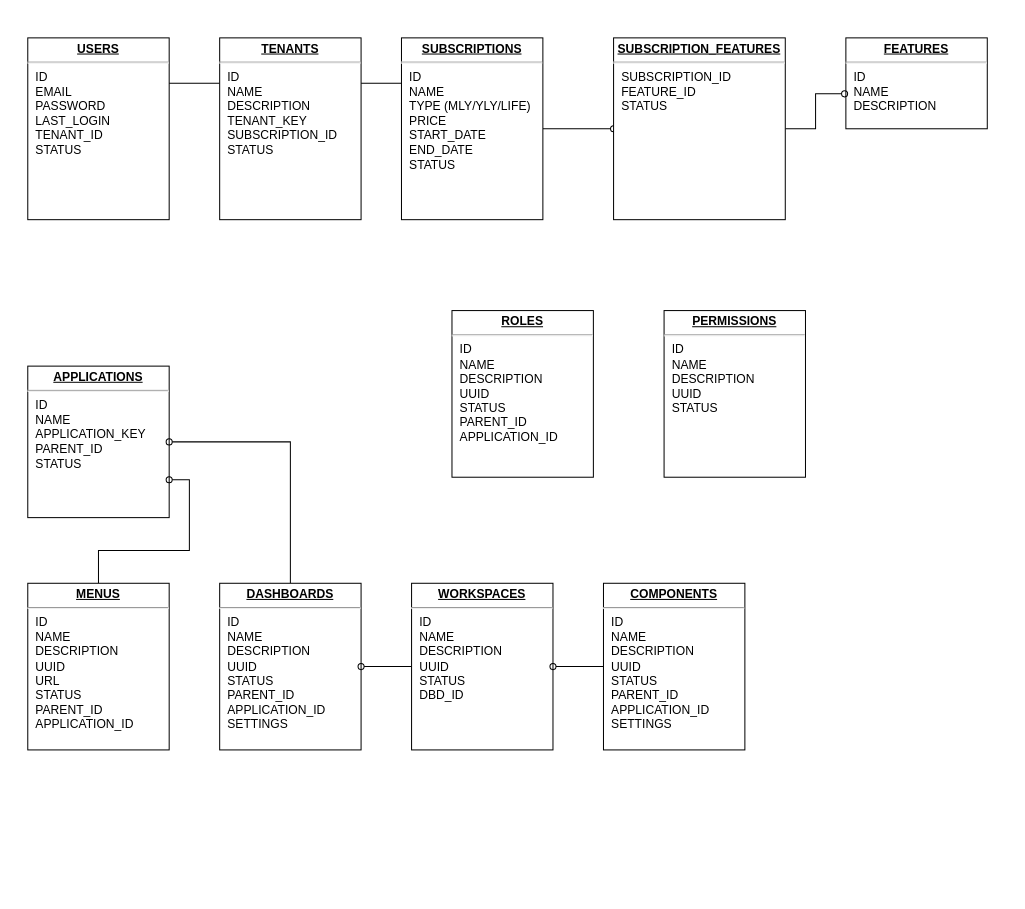
This is Untitled Diagram.drawio from thegoutamdey/fibosol, a draw.io file, before an edit. Source tidied: cells renumbered, new cells numbered last; positions are measured from the earlier drawing's top-left corner, leaving out a move shared by most shapes. Both pictures are drawn from the tidied source at 101%, with x=0, y=0 at pixel (27, 37).
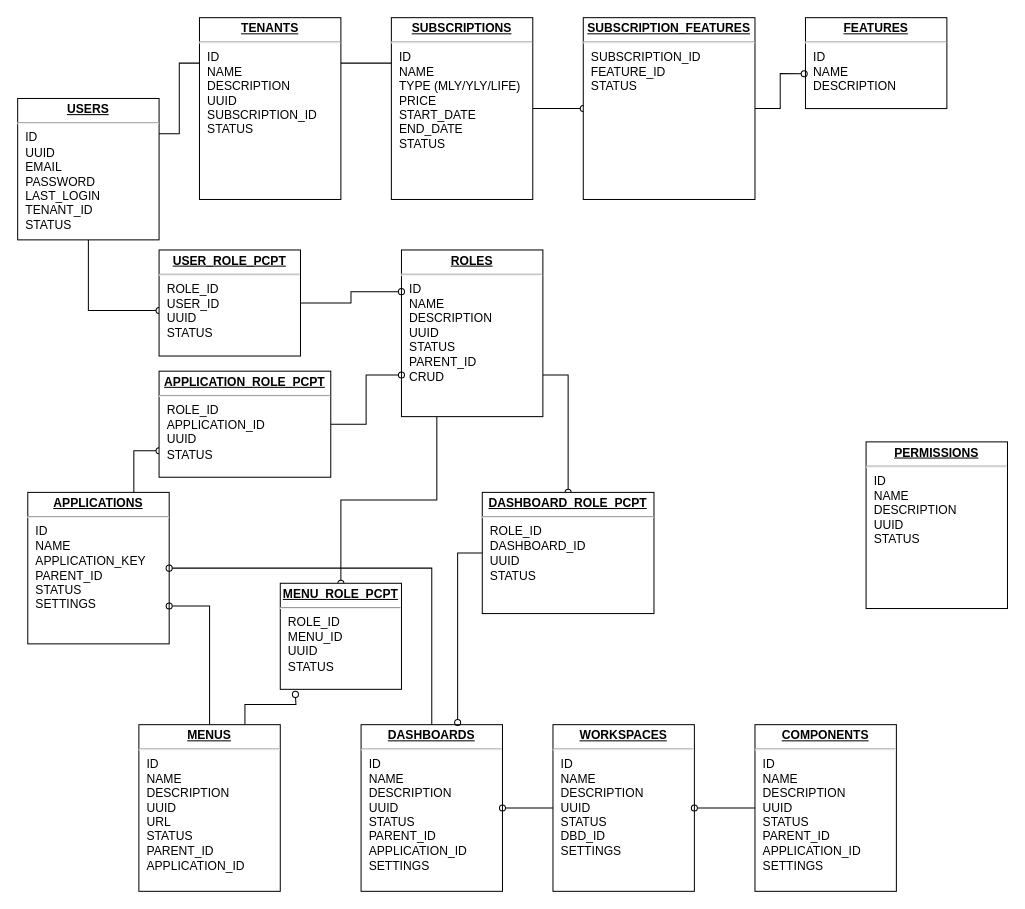
After the change.

Change to the diagram source:
```diff
@@
+    <mxCell id="22" style="edgeStyle=orthogonalEdgeStyle;rounded=0;jettySize=auto;html=1;exitX=0.5;exitY=1;exitDx=0;exitDy=0;entryX=0;entryY=0.571;entryDx=0;entryDy=0;entryPerimeter=0;endArrow=oval;endFill=0;" parent="1" edge="1" source="2" target="33">
+      <mxGeometry relative="1" as="geometry" />
+    </mxCell>
-    <mxCell id="2" value="&lt;p style=&quot;margin: 0px ; margin-top: 4px ; text-align: center ; text-decoration: underline&quot;&gt;&lt;b&gt;USERS&lt;/b&gt;&lt;/p&gt;&lt;hr&gt;&lt;p style=&quot;margin: 0px ; margin-left: 8px&quot;&gt;ID&lt;/p&gt;&lt;p style=&quot;margin: 0px ; margin-left: 8px&quot;&gt;EMAIL&lt;/p&gt;&lt;p style=&quot;margin: 0px ; margin-left: 8px&quot;&gt;PASSWORD&lt;/p&gt;&lt;p style=&quot;margin: 0px ; margin-left: 8px&quot;&gt;LAST_LOGIN&lt;/p&gt;&lt;p style=&quot;margin: 0px ; margin-left: 8px&quot;&gt;TENANT_ID&lt;/p&gt;&lt;p style=&quot;margin: 0px ; margin-left: 8px&quot;&gt;STATUS&lt;/p&gt;&lt;p style=&quot;margin: 0px ; margin-left: 8px&quot;&gt;&lt;br&gt;&lt;/p&gt;" style="verticalAlign=top;align=left;overflow=fill;fontSize=12;fontFamily=Helvetica;html=1;rounded=0;shadow=0;comic=0;labelBackgroundColor=none;strokeWidth=1;" parent="1" vertex="1">
-      <mxGeometry width="140" height="180" as="geometry" />
+    <mxCell id="2" value="&lt;p style=&quot;margin: 0px ; margin-top: 4px ; text-align: center ; text-decoration: underline&quot;&gt;&lt;b&gt;USERS&lt;/b&gt;&lt;/p&gt;&lt;hr&gt;&lt;p style=&quot;margin: 0px ; margin-left: 8px&quot;&gt;ID&lt;/p&gt;&lt;p style=&quot;margin: 0px ; margin-left: 8px&quot;&gt;UUID&lt;/p&gt;&lt;p style=&quot;margin: 0px ; margin-left: 8px&quot;&gt;EMAIL&lt;/p&gt;&lt;p style=&quot;margin: 0px ; margin-left: 8px&quot;&gt;PASSWORD&lt;/p&gt;&lt;p style=&quot;margin: 0px ; margin-left: 8px&quot;&gt;LAST_LOGIN&lt;/p&gt;&lt;p style=&quot;margin: 0px ; margin-left: 8px&quot;&gt;TENANT_ID&lt;/p&gt;&lt;p style=&quot;margin: 0px ; margin-left: 8px&quot;&gt;STATUS&lt;/p&gt;&lt;p style=&quot;margin: 0px ; margin-left: 8px&quot;&gt;&lt;br&gt;&lt;/p&gt;" style="verticalAlign=top;align=left;overflow=fill;fontSize=12;fontFamily=Helvetica;html=1;rounded=0;shadow=0;comic=0;labelBackgroundColor=none;strokeWidth=1;" parent="1" vertex="1">
+      <mxGeometry x="-10" y="60" width="140" height="140" as="geometry" />
     </mxCell>
+    <mxCell id="23" style="edgeStyle=orthogonalEdgeStyle;rounded=0;jettySize=auto;html=1;exitX=0.75;exitY=0;exitDx=0;exitDy=0;entryX=0;entryY=0.75;entryDx=0;entryDy=0;endArrow=oval;endFill=0;" parent="1" edge="1" source="3" target="31">
+      <mxGeometry relative="1" as="geometry" />
+    </mxCell>
-    <mxCell id="3" value="&lt;p style=&quot;margin: 0px ; margin-top: 4px ; text-align: center ; text-decoration: underline&quot;&gt;&lt;b&gt;APPLICATIONS&lt;/b&gt;&lt;/p&gt;&lt;hr&gt;&lt;p style=&quot;margin: 0px ; margin-left: 8px&quot;&gt;ID&lt;/p&gt;&lt;p style=&quot;margin: 0px ; margin-left: 8px&quot;&gt;NAME&lt;/p&gt;&lt;p style=&quot;margin: 0px ; margin-left: 8px&quot;&gt;APPLICATION_KEY&lt;/p&gt;&lt;p style=&quot;margin: 0px ; margin-left: 8px&quot;&gt;PARENT_ID&lt;br&gt;&lt;/p&gt;&lt;p style=&quot;margin: 0px ; margin-left: 8px&quot;&gt;STATUS&lt;/p&gt;&lt;p style=&quot;margin: 0px ; margin-left: 8px&quot;&gt;&lt;br&gt;&lt;/p&gt;" style="verticalAlign=top;align=left;overflow=fill;fontSize=12;fontFamily=Helvetica;html=1;rounded=0;shadow=0;comic=0;labelBackgroundColor=none;strokeWidth=1;" parent="1" vertex="1">
-      <mxGeometry y="325" width="140" height="150" as="geometry" />
+    <mxCell id="3" value="&lt;p style=&quot;margin: 0px ; margin-top: 4px ; text-align: center ; text-decoration: underline&quot;&gt;&lt;b&gt;APPLICATIONS&lt;/b&gt;&lt;/p&gt;&lt;hr&gt;&lt;p style=&quot;margin: 0px ; margin-left: 8px&quot;&gt;ID&lt;/p&gt;&lt;p style=&quot;margin: 0px ; margin-left: 8px&quot;&gt;NAME&lt;/p&gt;&lt;p style=&quot;margin: 0px ; margin-left: 8px&quot;&gt;APPLICATION_KEY&lt;/p&gt;&lt;p style=&quot;margin: 0px ; margin-left: 8px&quot;&gt;PARENT_ID&lt;br&gt;&lt;/p&gt;&lt;p style=&quot;margin: 0px ; margin-left: 8px&quot;&gt;STATUS&lt;/p&gt;&lt;p style=&quot;margin: 0px ; margin-left: 8px&quot;&gt;SETTINGS&lt;/p&gt;&lt;p style=&quot;margin: 0px ; margin-left: 8px&quot;&gt;&lt;br&gt;&lt;/p&gt;" style="verticalAlign=top;align=left;overflow=fill;fontSize=12;fontFamily=Helvetica;html=1;rounded=0;shadow=0;comic=0;labelBackgroundColor=none;strokeWidth=1;" parent="1" vertex="1">
+      <mxGeometry y="450" width="140" height="150" as="geometry" />
     </mxCell>
@@
-    <mxCell id="6" value="&lt;p style=&quot;margin: 0px ; margin-top: 4px ; text-align: center ; text-decoration: underline&quot;&gt;&lt;b&gt;TENANTS&lt;/b&gt;&lt;/p&gt;&lt;hr&gt;&lt;p style=&quot;margin: 0px ; margin-left: 8px&quot;&gt;ID&lt;br&gt;NAME&lt;/p&gt;&lt;p style=&quot;margin: 0px ; margin-left: 8px&quot;&gt;DESCRIPTION&lt;/p&gt;&lt;p style=&quot;margin: 0px ; margin-left: 8px&quot;&gt;TENANT_KEY&lt;/p&gt;&lt;p style=&quot;margin: 0px ; margin-left: 8px&quot;&gt;SUBSCRIPTION_ID&lt;/p&gt;&lt;p style=&quot;margin: 0px ; margin-left: 8px&quot;&gt;STATUS&lt;/p&gt;" style="verticalAlign=top;align=left;overflow=fill;fontSize=12;fontFamily=Helvetica;html=1;rounded=0;shadow=0;comic=0;labelBackgroundColor=none;strokeWidth=1;" parent="1" vertex="1">
-      <mxGeometry x="190" width="140" height="180" as="geometry" />
+    <mxCell id="6" value="&lt;p style=&quot;margin: 0px ; margin-top: 4px ; text-align: center ; text-decoration: underline&quot;&gt;&lt;b&gt;TENANTS&lt;/b&gt;&lt;/p&gt;&lt;hr&gt;&lt;p style=&quot;margin: 0px ; margin-left: 8px&quot;&gt;ID&lt;br&gt;NAME&lt;/p&gt;&lt;p style=&quot;margin: 0px ; margin-left: 8px&quot;&gt;DESCRIPTION&lt;/p&gt;&lt;p style=&quot;margin: 0px ; margin-left: 8px&quot;&gt;UUID&lt;/p&gt;&lt;p style=&quot;margin: 0px ; margin-left: 8px&quot;&gt;SUBSCRIPTION_ID&lt;/p&gt;&lt;p style=&quot;margin: 0px ; margin-left: 8px&quot;&gt;STATUS&lt;/p&gt;" style="verticalAlign=top;align=left;overflow=fill;fontSize=12;fontFamily=Helvetica;html=1;rounded=0;shadow=0;comic=0;labelBackgroundColor=none;strokeWidth=1;" parent="1" vertex="1">
+      <mxGeometry x="170" y="-20" width="140" height="180" as="geometry" />
     </mxCell>
@@
     <mxCell id="8" value="&lt;p style=&quot;margin: 0px ; margin-top: 4px ; text-align: center ; text-decoration: underline&quot;&gt;&lt;b&gt;SUBSCRIPTIONS&lt;/b&gt;&lt;/p&gt;&lt;hr&gt;&lt;p style=&quot;margin: 0px ; margin-left: 8px&quot;&gt;ID&lt;/p&gt;&lt;p style=&quot;margin: 0px ; margin-left: 8px&quot;&gt;NAME&lt;/p&gt;&lt;p style=&quot;margin: 0px ; margin-left: 8px&quot;&gt;TYPE (MLY/YLY/LIFE)&lt;/p&gt;&lt;p style=&quot;margin: 0px ; margin-left: 8px&quot;&gt;PRICE&lt;/p&gt;&lt;p style=&quot;margin: 0px ; margin-left: 8px&quot;&gt;START_DATE&lt;/p&gt;&lt;p style=&quot;margin: 0px ; margin-left: 8px&quot;&gt;END_DATE&lt;br&gt;STATUS&lt;/p&gt;&lt;p style=&quot;margin: 0px ; margin-left: 8px&quot;&gt;&lt;br&gt;&lt;/p&gt;&lt;p style=&quot;margin: 0px ; margin-left: 8px&quot;&gt;&lt;br&gt;&lt;/p&gt;" style="verticalAlign=top;align=left;overflow=fill;fontSize=12;fontFamily=Helvetica;html=1;rounded=0;shadow=0;comic=0;labelBackgroundColor=none;strokeWidth=1;" parent="1" vertex="1">
-      <mxGeometry x="370" width="140" height="180" as="geometry" />
+      <mxGeometry x="360" y="-20" width="140" height="180" as="geometry" />
     </mxCell>
     <mxCell id="9" value="&lt;p style=&quot;margin: 0px ; margin-top: 4px ; text-align: center ; text-decoration: underline&quot;&gt;&lt;b&gt;FEATURES&lt;/b&gt;&lt;/p&gt;&lt;hr&gt;&lt;p style=&quot;margin: 0px ; margin-left: 8px&quot;&gt;ID&lt;/p&gt;&lt;p style=&quot;margin: 0px ; margin-left: 8px&quot;&gt;NAME&lt;/p&gt;&lt;p style=&quot;margin: 0px ; margin-left: 8px&quot;&gt;DESCRIPTION&lt;/p&gt;&lt;p style=&quot;margin: 0px ; margin-left: 8px&quot;&gt;&lt;br&gt;&lt;/p&gt;" style="verticalAlign=top;align=left;overflow=fill;fontSize=12;fontFamily=Helvetica;html=1;rounded=0;shadow=0;comic=0;labelBackgroundColor=none;strokeWidth=1;" parent="1" vertex="1">
-      <mxGeometry x="810" width="140" height="90" as="geometry" />
+      <mxGeometry x="770" y="-20" width="140" height="90" as="geometry" />
     </mxCell>
@@
     <mxCell id="11" value="&lt;p style=&quot;margin: 0px ; margin-top: 4px ; text-align: center ; text-decoration: underline&quot;&gt;&lt;b&gt;SUBSCRIPTION_FEATURES&lt;/b&gt;&lt;/p&gt;&lt;hr&gt;&lt;p style=&quot;margin: 0px ; margin-left: 8px&quot;&gt;SUBSCRIPTION_ID&lt;br&gt;FEATURE_ID&lt;br&gt;&lt;/p&gt;&lt;p style=&quot;margin: 0px ; margin-left: 8px&quot;&gt;STATUS&lt;/p&gt;" style="verticalAlign=top;align=left;overflow=fill;fontSize=12;fontFamily=Helvetica;html=1;rounded=0;shadow=0;comic=0;labelBackgroundColor=none;strokeWidth=1;" parent="1" vertex="1">
-      <mxGeometry x="580" width="170" height="180" as="geometry" />
+      <mxGeometry x="550" y="-20" width="170" height="180" as="geometry" />
     </mxCell>
@@
+    <mxCell id="24" style="edgeStyle=orthogonalEdgeStyle;rounded=0;jettySize=auto;html=1;exitX=0.75;exitY=0;exitDx=0;exitDy=0;endArrow=oval;endFill=0;" parent="1" edge="1" source="13">
+      <mxGeometry relative="1" as="geometry">
+        <mxPoint x="265" y="650" as="targetPoint" />
+      </mxGeometry>
+    </mxCell>
     <mxCell id="13" value="&lt;p style=&quot;margin: 0px ; margin-top: 4px ; text-align: center ; text-decoration: underline&quot;&gt;&lt;b&gt;MENUS&lt;/b&gt;&lt;/p&gt;&lt;hr&gt;&lt;p style=&quot;margin: 0px ; margin-left: 8px&quot;&gt;ID&lt;/p&gt;&lt;p style=&quot;margin: 0px ; margin-left: 8px&quot;&gt;NAME&lt;/p&gt;&lt;p style=&quot;margin: 0px ; margin-left: 8px&quot;&gt;DESCRIPTION&lt;/p&gt;&lt;p style=&quot;margin: 0px ; margin-left: 8px&quot;&gt;UUID&lt;/p&gt;&lt;p style=&quot;margin: 0px ; margin-left: 8px&quot;&gt;URL&lt;/p&gt;&lt;p style=&quot;margin: 0px ; margin-left: 8px&quot;&gt;STATUS&lt;/p&gt;&lt;p style=&quot;margin: 0px ; margin-left: 8px&quot;&gt;PARENT_ID&lt;/p&gt;&lt;p style=&quot;margin: 0px ; margin-left: 8px&quot;&gt;APPLICATION_ID&lt;/p&gt;&lt;p style=&quot;margin: 0px ; margin-left: 8px&quot;&gt;&lt;br&gt;&lt;/p&gt;" style="verticalAlign=top;align=left;overflow=fill;fontSize=12;fontFamily=Helvetica;html=1;rounded=0;shadow=0;comic=0;labelBackgroundColor=none;strokeWidth=1;" parent="1" vertex="1">
-      <mxGeometry y="540" width="140" height="165" as="geometry" />
+      <mxGeometry x="110" y="680" width="140" height="165" as="geometry" />
     </mxCell>
@@
     <mxCell id="15" value="&lt;p style=&quot;margin: 0px ; margin-top: 4px ; text-align: center ; text-decoration: underline&quot;&gt;&lt;b&gt;DASHBOARDS&lt;/b&gt;&lt;/p&gt;&lt;hr&gt;&lt;p style=&quot;margin: 0px ; margin-left: 8px&quot;&gt;ID&lt;/p&gt;&lt;p style=&quot;margin: 0px ; margin-left: 8px&quot;&gt;NAME&lt;/p&gt;&lt;p style=&quot;margin: 0px ; margin-left: 8px&quot;&gt;DESCRIPTION&lt;/p&gt;&lt;p style=&quot;margin: 0px ; margin-left: 8px&quot;&gt;&lt;span&gt;UUID&lt;/span&gt;&lt;/p&gt;&lt;p style=&quot;margin: 0px ; margin-left: 8px&quot;&gt;&lt;span&gt;STATUS&lt;/span&gt;&lt;br&gt;&lt;/p&gt;&lt;p style=&quot;margin: 0px ; margin-left: 8px&quot;&gt;PARENT_ID&lt;/p&gt;&lt;p style=&quot;margin: 0px ; margin-left: 8px&quot;&gt;APPLICATION_ID&lt;/p&gt;&lt;p style=&quot;margin: 0px ; margin-left: 8px&quot;&gt;SETTINGS&lt;/p&gt;&lt;p style=&quot;margin: 0px ; margin-left: 8px&quot;&gt;&lt;br&gt;&lt;/p&gt;" style="verticalAlign=top;align=left;overflow=fill;fontSize=12;fontFamily=Helvetica;html=1;rounded=0;shadow=0;comic=0;labelBackgroundColor=none;strokeWidth=1;" parent="1" vertex="1">
-      <mxGeometry x="190" y="540" width="140" height="165" as="geometry" />
+      <mxGeometry x="330" y="680" width="140" height="165" as="geometry" />
     </mxCell>
@@
-    <mxCell id="17" value="&lt;p style=&quot;margin: 0px ; margin-top: 4px ; text-align: center ; text-decoration: underline&quot;&gt;&lt;b&gt;WORKSPACES&lt;/b&gt;&lt;/p&gt;&lt;hr&gt;&lt;p style=&quot;margin: 0px ; margin-left: 8px&quot;&gt;ID&lt;/p&gt;&lt;p style=&quot;margin: 0px ; margin-left: 8px&quot;&gt;NAME&lt;/p&gt;&lt;p style=&quot;margin: 0px ; margin-left: 8px&quot;&gt;DESCRIPTION&lt;/p&gt;&lt;p style=&quot;margin: 0px ; margin-left: 8px&quot;&gt;UUID&lt;/p&gt;&lt;p style=&quot;margin: 0px ; margin-left: 8px&quot;&gt;STATUS&lt;/p&gt;&lt;p style=&quot;margin: 0px ; margin-left: 8px&quot;&gt;DBD_ID&lt;/p&gt;&lt;p style=&quot;margin: 0px ; margin-left: 8px&quot;&gt;&lt;br&gt;&lt;/p&gt;&lt;p style=&quot;margin: 0px ; margin-left: 8px&quot;&gt;&lt;br&gt;&lt;/p&gt;" style="verticalAlign=top;align=left;overflow=fill;fontSize=12;fontFamily=Helvetica;html=1;rounded=0;shadow=0;comic=0;labelBackgroundColor=none;strokeWidth=1;" parent="1" vertex="1">
-      <mxGeometry x="380" y="540" width="140" height="165" as="geometry" />
+    <mxCell id="17" value="&lt;p style=&quot;margin: 0px ; margin-top: 4px ; text-align: center ; text-decoration: underline&quot;&gt;&lt;b&gt;WORKSPACES&lt;/b&gt;&lt;/p&gt;&lt;hr&gt;&lt;p style=&quot;margin: 0px ; margin-left: 8px&quot;&gt;ID&lt;/p&gt;&lt;p style=&quot;margin: 0px ; margin-left: 8px&quot;&gt;NAME&lt;/p&gt;&lt;p style=&quot;margin: 0px ; margin-left: 8px&quot;&gt;DESCRIPTION&lt;/p&gt;&lt;p style=&quot;margin: 0px ; margin-left: 8px&quot;&gt;UUID&lt;/p&gt;&lt;p style=&quot;margin: 0px ; margin-left: 8px&quot;&gt;STATUS&lt;/p&gt;&lt;p style=&quot;margin: 0px ; margin-left: 8px&quot;&gt;DBD_ID&lt;/p&gt;&lt;p style=&quot;margin: 0px ; margin-left: 8px&quot;&gt;SETTINGS&lt;/p&gt;&lt;p style=&quot;margin: 0px ; margin-left: 8px&quot;&gt;&lt;br&gt;&lt;/p&gt;&lt;p style=&quot;margin: 0px ; margin-left: 8px&quot;&gt;&lt;br&gt;&lt;/p&gt;" style="verticalAlign=top;align=left;overflow=fill;fontSize=12;fontFamily=Helvetica;html=1;rounded=0;shadow=0;comic=0;labelBackgroundColor=none;strokeWidth=1;" parent="1" vertex="1">
+      <mxGeometry x="520" y="680" width="140" height="165" as="geometry" />
     </mxCell>
@@
     <mxCell id="19" value="&lt;p style=&quot;margin: 0px ; margin-top: 4px ; text-align: center ; text-decoration: underline&quot;&gt;&lt;b&gt;COMPONENTS&lt;/b&gt;&lt;/p&gt;&lt;hr&gt;&lt;p style=&quot;margin: 0px ; margin-left: 8px&quot;&gt;ID&lt;/p&gt;&lt;p style=&quot;margin: 0px ; margin-left: 8px&quot;&gt;NAME&lt;/p&gt;&lt;p style=&quot;margin: 0px ; margin-left: 8px&quot;&gt;DESCRIPTION&lt;/p&gt;&lt;p style=&quot;margin: 0px ; margin-left: 8px&quot;&gt;UUID&lt;/p&gt;&lt;p style=&quot;margin: 0px ; margin-left: 8px&quot;&gt;STATUS&lt;/p&gt;&lt;p style=&quot;margin: 0px ; margin-left: 8px&quot;&gt;PARENT_ID&lt;/p&gt;&lt;p style=&quot;margin: 0px ; margin-left: 8px&quot;&gt;APPLICATION_ID&lt;/p&gt;&lt;p style=&quot;margin: 0px ; margin-left: 8px&quot;&gt;SETTINGS&lt;/p&gt;&lt;p style=&quot;margin: 0px ; margin-left: 8px&quot;&gt;&lt;br&gt;&lt;/p&gt;" style="verticalAlign=top;align=left;overflow=fill;fontSize=12;fontFamily=Helvetica;html=1;rounded=0;shadow=0;comic=0;labelBackgroundColor=none;strokeWidth=1;" parent="1" vertex="1">
-      <mxGeometry x="570" y="540" width="140" height="165" as="geometry" />
+      <mxGeometry x="720" y="680" width="140" height="165" as="geometry" />
     </mxCell>
+    <mxCell id="25" style="edgeStyle=orthogonalEdgeStyle;rounded=0;jettySize=auto;html=1;exitX=1;exitY=0.75;exitDx=0;exitDy=0;entryX=0.5;entryY=0;entryDx=0;entryDy=0;endArrow=oval;endFill=0;" parent="1" edge="1" source="20" target="28">
+      <mxGeometry relative="1" as="geometry" />
+    </mxCell>
+    <mxCell id="26" style="edgeStyle=orthogonalEdgeStyle;rounded=0;jettySize=auto;html=1;exitX=0.25;exitY=1;exitDx=0;exitDy=0;entryX=0.5;entryY=0;entryDx=0;entryDy=0;endArrow=oval;endFill=0;" parent="1" edge="1" source="20" target="29">
+      <mxGeometry relative="1" as="geometry" />
+    </mxCell>
-    <mxCell id="20" value="&lt;p style=&quot;margin: 0px ; margin-top: 4px ; text-align: center ; text-decoration: underline&quot;&gt;&lt;b&gt;ROLES&lt;/b&gt;&lt;/p&gt;&lt;hr&gt;&lt;p style=&quot;margin: 0px ; margin-left: 8px&quot;&gt;ID&lt;/p&gt;&lt;p style=&quot;margin: 0px ; margin-left: 8px&quot;&gt;NAME&lt;/p&gt;&lt;p style=&quot;margin: 0px ; margin-left: 8px&quot;&gt;DESCRIPTION&lt;/p&gt;&lt;p style=&quot;margin: 0px ; margin-left: 8px&quot;&gt;UUID&lt;/p&gt;&lt;p style=&quot;margin: 0px ; margin-left: 8px&quot;&gt;STATUS&lt;/p&gt;&lt;p style=&quot;margin: 0px ; margin-left: 8px&quot;&gt;PARENT_ID&lt;/p&gt;&lt;p style=&quot;margin: 0px ; margin-left: 8px&quot;&gt;APPLICATION_ID&lt;/p&gt;&lt;p style=&quot;margin: 0px ; margin-left: 8px&quot;&gt;&lt;br&gt;&lt;/p&gt;" style="verticalAlign=top;align=left;overflow=fill;fontSize=12;fontFamily=Helvetica;html=1;rounded=0;shadow=0;comic=0;labelBackgroundColor=none;strokeWidth=1;" parent="1" vertex="1">
-      <mxGeometry x="420" y="270" width="140" height="165" as="geometry" />
+    <mxCell id="20" value="&lt;p style=&quot;margin: 0px ; margin-top: 4px ; text-align: center ; text-decoration: underline&quot;&gt;&lt;b&gt;ROLES&lt;/b&gt;&lt;/p&gt;&lt;hr&gt;&lt;p style=&quot;margin: 0px ; margin-left: 8px&quot;&gt;ID&lt;/p&gt;&lt;p style=&quot;margin: 0px ; margin-left: 8px&quot;&gt;NAME&lt;/p&gt;&lt;p style=&quot;margin: 0px ; margin-left: 8px&quot;&gt;DESCRIPTION&lt;/p&gt;&lt;p style=&quot;margin: 0px ; margin-left: 8px&quot;&gt;UUID&lt;/p&gt;&lt;p style=&quot;margin: 0px ; margin-left: 8px&quot;&gt;STATUS&lt;/p&gt;&lt;p style=&quot;margin: 0px ; margin-left: 8px&quot;&gt;PARENT_ID&lt;/p&gt;&lt;p style=&quot;margin: 0px ; margin-left: 8px&quot;&gt;CRUD&lt;/p&gt;&lt;p style=&quot;margin: 0px ; margin-left: 8px&quot;&gt;&lt;br&gt;&lt;/p&gt;&lt;p style=&quot;margin: 0px ; margin-left: 8px&quot;&gt;&lt;br&gt;&lt;/p&gt;" style="verticalAlign=top;align=left;overflow=fill;fontSize=12;fontFamily=Helvetica;html=1;rounded=0;shadow=0;comic=0;labelBackgroundColor=none;strokeWidth=1;" parent="1" vertex="1">
+      <mxGeometry x="370" y="210" width="140" height="165" as="geometry" />
     </mxCell>
     <mxCell id="21" value="&lt;p style=&quot;margin: 0px ; margin-top: 4px ; text-align: center ; text-decoration: underline&quot;&gt;&lt;b&gt;PERMISSIONS&lt;/b&gt;&lt;/p&gt;&lt;hr&gt;&lt;p style=&quot;margin: 0px ; margin-left: 8px&quot;&gt;ID&lt;/p&gt;&lt;p style=&quot;margin: 0px ; margin-left: 8px&quot;&gt;NAME&lt;/p&gt;&lt;p style=&quot;margin: 0px ; margin-left: 8px&quot;&gt;DESCRIPTION&lt;/p&gt;&lt;p style=&quot;margin: 0px ; margin-left: 8px&quot;&gt;UUID&lt;/p&gt;&lt;p style=&quot;margin: 0px ; margin-left: 8px&quot;&gt;STATUS&lt;/p&gt;" style="verticalAlign=top;align=left;overflow=fill;fontSize=12;fontFamily=Helvetica;html=1;rounded=0;shadow=0;comic=0;labelBackgroundColor=none;strokeWidth=1;" parent="1" vertex="1">
-      <mxGeometry x="630" y="270" width="140" height="165" as="geometry" />
+      <mxGeometry x="830" y="400" width="140" height="165" as="geometry" />
     </mxCell>
+    <mxCell id="27" style="edgeStyle=orthogonalEdgeStyle;rounded=0;jettySize=auto;html=1;exitX=0;exitY=0.5;exitDx=0;exitDy=0;entryX=0.683;entryY=-0.013;entryDx=0;entryDy=0;entryPerimeter=0;endArrow=oval;endFill=0;" parent="1" edge="1" source="28" target="15">
+      <mxGeometry relative="1" as="geometry" />
+    </mxCell>
+    <mxCell id="28" value="&lt;p style=&quot;margin: 0px ; margin-top: 4px ; text-align: center ; text-decoration: underline&quot;&gt;&lt;b&gt;DASHBOARD_ROLE_PCPT&lt;/b&gt;&lt;/p&gt;&lt;hr&gt;&lt;p style=&quot;margin: 0px ; margin-left: 8px&quot;&gt;ROLE_ID&lt;/p&gt;&lt;p style=&quot;margin: 0px ; margin-left: 8px&quot;&gt;DASHBOARD_ID&lt;/p&gt;&lt;p style=&quot;margin: 0px ; margin-left: 8px&quot;&gt;&lt;span&gt;UUID&lt;/span&gt;&lt;br&gt;&lt;/p&gt;&lt;p style=&quot;margin: 0px ; margin-left: 8px&quot;&gt;STATUS&lt;/p&gt;&lt;p style=&quot;margin: 0px ; margin-left: 8px&quot;&gt;&lt;br&gt;&lt;/p&gt;&lt;p style=&quot;margin: 0px ; margin-left: 8px&quot;&gt;&lt;br&gt;&lt;/p&gt;" style="verticalAlign=top;align=left;overflow=fill;fontSize=12;fontFamily=Helvetica;html=1;rounded=0;shadow=0;comic=0;labelBackgroundColor=none;strokeWidth=1;" parent="1" vertex="1">
+      <mxGeometry x="450" y="450" width="170" height="120" as="geometry" />
+    </mxCell>
+    <mxCell id="29" value="&lt;p style=&quot;margin: 0px ; margin-top: 4px ; text-align: center ; text-decoration: underline&quot;&gt;&lt;b&gt;MENU_ROLE_PCPT&lt;/b&gt;&lt;/p&gt;&lt;hr&gt;&lt;p style=&quot;margin: 0px ; margin-left: 8px&quot;&gt;ROLE_ID&lt;/p&gt;&lt;p style=&quot;margin: 0px ; margin-left: 8px&quot;&gt;MENU_ID&lt;/p&gt;&lt;p style=&quot;margin: 0px ; margin-left: 8px&quot;&gt;&lt;span&gt;UUID&lt;/span&gt;&lt;br&gt;&lt;/p&gt;&lt;p style=&quot;margin: 0px ; margin-left: 8px&quot;&gt;STATUS&lt;/p&gt;&lt;p style=&quot;margin: 0px ; margin-left: 8px&quot;&gt;&lt;br&gt;&lt;/p&gt;" style="verticalAlign=top;align=left;overflow=fill;fontSize=12;fontFamily=Helvetica;html=1;rounded=0;shadow=0;comic=0;labelBackgroundColor=none;strokeWidth=1;" parent="1" vertex="1">
+      <mxGeometry x="250" y="540" width="120" height="105" as="geometry" />
+    </mxCell>
+    <mxCell id="30" style="edgeStyle=orthogonalEdgeStyle;rounded=0;jettySize=auto;html=1;exitX=1;exitY=0.5;exitDx=0;exitDy=0;entryX=0;entryY=0.75;entryDx=0;entryDy=0;endArrow=oval;endFill=0;" parent="1" edge="1" source="31" target="20">
+      <mxGeometry relative="1" as="geometry" />
+    </mxCell>
+    <mxCell id="31" value="&lt;p style=&quot;margin: 0px ; margin-top: 4px ; text-align: center ; text-decoration: underline&quot;&gt;&lt;b&gt;APPLICATION_ROLE_PCPT&lt;/b&gt;&lt;/p&gt;&lt;hr&gt;&lt;p style=&quot;margin: 0px ; margin-left: 8px&quot;&gt;ROLE_ID&lt;/p&gt;&lt;p style=&quot;margin: 0px ; margin-left: 8px&quot;&gt;APPLICATION_ID&lt;/p&gt;&lt;p style=&quot;margin: 0px ; margin-left: 8px&quot;&gt;&lt;span&gt;UUID&lt;/span&gt;&lt;br&gt;&lt;/p&gt;&lt;p style=&quot;margin: 0px ; margin-left: 8px&quot;&gt;STATUS&lt;/p&gt;&lt;p style=&quot;margin: 0px ; margin-left: 8px&quot;&gt;&lt;br&gt;&lt;/p&gt;" style="verticalAlign=top;align=left;overflow=fill;fontSize=12;fontFamily=Helvetica;html=1;rounded=0;shadow=0;comic=0;labelBackgroundColor=none;strokeWidth=1;" parent="1" vertex="1">
+      <mxGeometry x="130" y="330" width="170" height="105" as="geometry" />
+    </mxCell>
+    <mxCell id="32" style="edgeStyle=orthogonalEdgeStyle;rounded=0;jettySize=auto;html=1;entryX=0;entryY=0.25;entryDx=0;entryDy=0;endArrow=oval;endFill=0;" parent="1" edge="1" source="33" target="20">
+      <mxGeometry relative="1" as="geometry" />
+    </mxCell>
+    <mxCell id="33" value="&lt;p style=&quot;margin: 0px ; margin-top: 4px ; text-align: center ; text-decoration: underline&quot;&gt;&lt;b&gt;USER_ROLE_PCPT&lt;/b&gt;&lt;/p&gt;&lt;hr&gt;&lt;p style=&quot;margin: 0px ; margin-left: 8px&quot;&gt;ROLE_ID&lt;/p&gt;&lt;p style=&quot;margin: 0px ; margin-left: 8px&quot;&gt;USER_ID&lt;/p&gt;&lt;p style=&quot;margin: 0px ; margin-left: 8px&quot;&gt;&lt;span&gt;UUID&lt;/span&gt;&lt;br&gt;&lt;/p&gt;&lt;p style=&quot;margin: 0px ; margin-left: 8px&quot;&gt;STATUS&lt;/p&gt;&lt;p style=&quot;margin: 0px ; margin-left: 8px&quot;&gt;&lt;br&gt;&lt;/p&gt;" style="verticalAlign=top;align=left;overflow=fill;fontSize=12;fontFamily=Helvetica;html=1;rounded=0;shadow=0;comic=0;labelBackgroundColor=none;strokeWidth=1;" parent="1" vertex="1">
+      <mxGeometry x="130" y="210" width="140" height="105" as="geometry" />
+    </mxCell>
```
